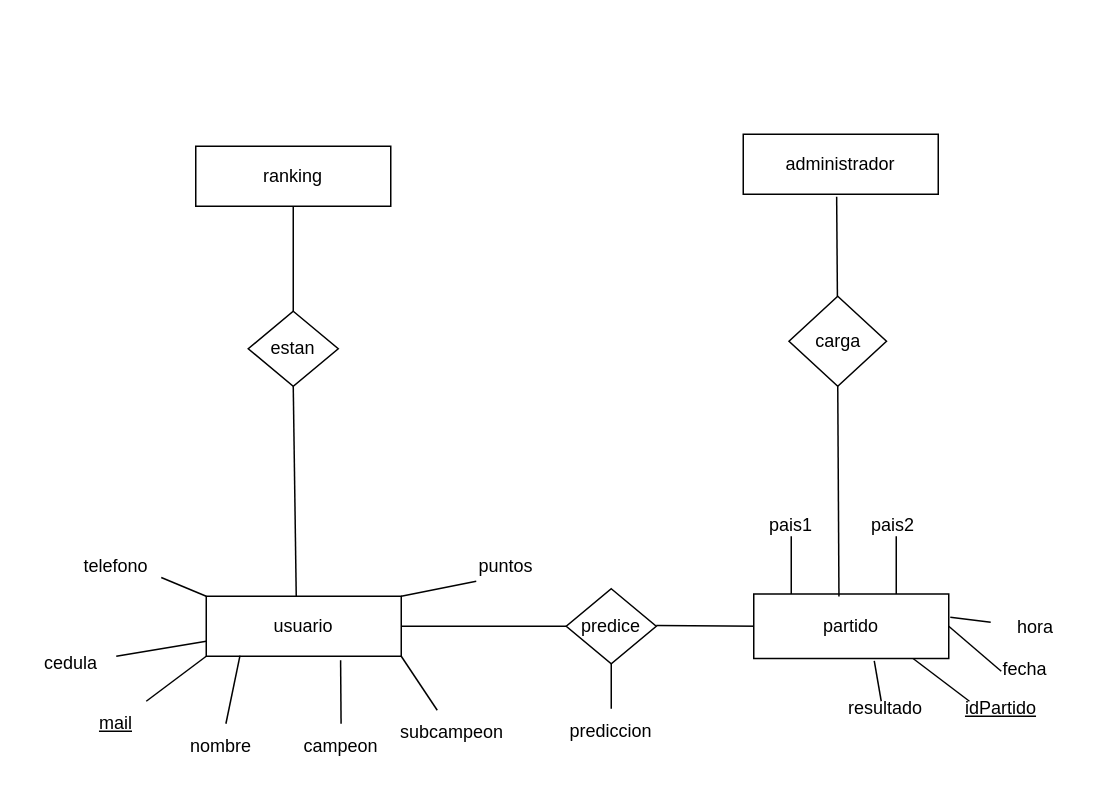
Before: MER.drawio in Ionasjospo/BDII-PencaUCU, a draw.io diagram. Source tidied: cells renumbered, new cells numbered last; positions are measured from the earlier drawing's top-left corner, leaving out a move shared by most shapes. Both pictures are drawn from the tidied source at 150%, with x=0, y=0 at pixel (26, 134).
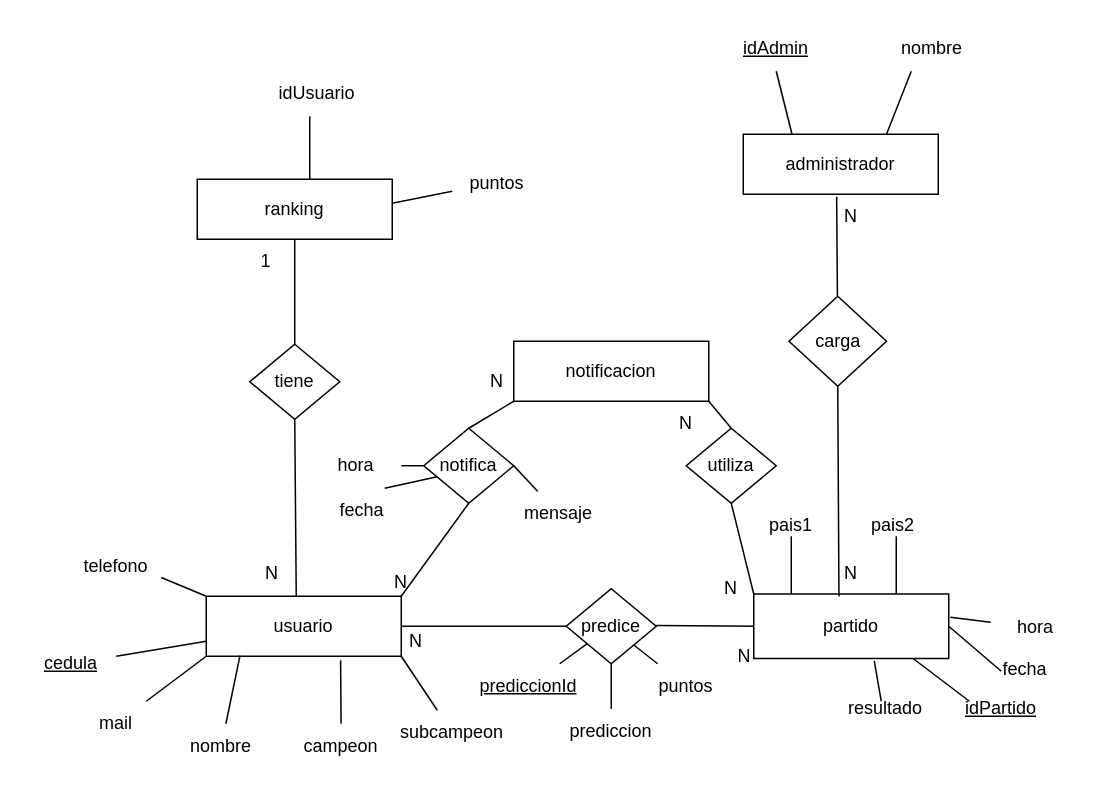
The same page after the edit.

The change refers to these unchanged cells:
```xml
<mxCell id="2" value="usuario" style="rounded=0;whiteSpace=wrap;html=1;" parent="1" vertex="1">
  <mxGeometry x="120" y="308" width="130" height="40" as="geometry" />
</mxCell>
<mxCell id="9" value="predice" style="rhombus;whiteSpace=wrap;html=1;" parent="1" vertex="1">
  <mxGeometry x="360" y="303" width="60" height="50" as="geometry" />
</mxCell>
<mxCell id="12" value="partido" style="rounded=0;whiteSpace=wrap;html=1;" parent="1" vertex="1">
  <mxGeometry x="485" y="306.5" width="130" height="43" as="geometry" />
</mxCell>
<mxCell id="38" value="administrador" style="rounded=0;whiteSpace=wrap;html=1;" parent="1" vertex="1">
  <mxGeometry x="478" width="130" height="40" as="geometry" />
</mxCell>
```

The edit, as a diff of the source:
```diff
@@
-    <mxCell id="25" value="cedula" style="text;html=1;strokeColor=none;fillColor=none;align=center;verticalAlign=middle;whiteSpace=wrap;rounded=0;" parent="1" vertex="1">
+    <mxCell id="25" value="&lt;u&gt;cedula&lt;/u&gt;" style="text;html=1;strokeColor=none;fillColor=none;align=center;verticalAlign=middle;whiteSpace=wrap;rounded=0;" parent="1" vertex="1">
       <mxGeometry y="338" width="60" height="30" as="geometry" />
     </mxCell>
@@
-    <mxCell id="29" value="&lt;u&gt;mail&lt;/u&gt;" style="text;html=1;strokeColor=none;fillColor=none;align=center;verticalAlign=middle;whiteSpace=wrap;rounded=0;" parent="1" vertex="1">
+    <mxCell id="29" value="mail" style="text;html=1;strokeColor=none;fillColor=none;align=center;verticalAlign=middle;whiteSpace=wrap;rounded=0;" parent="1" vertex="1">
       <mxGeometry x="30" y="378" width="60" height="30" as="geometry" />
     </mxCell>
@@
     <mxCell id="32" style="endArrow=none;html=1;rounded=0;" parent="1" edge="1">
       <mxGeometry relative="1" as="geometry">
-        <mxPoint x="250" y="308" as="sourcePoint" />
-        <mxPoint x="300" y="298" as="targetPoint" />
+        <mxPoint x="234" y="48" as="sourcePoint" />
+        <mxPoint x="284" y="38" as="targetPoint" />
       </mxGeometry>
     </mxCell>
     <mxCell id="33" value="puntos" style="text;html=1;strokeColor=none;fillColor=none;align=center;verticalAlign=middle;whiteSpace=wrap;rounded=0;" parent="1" vertex="1">
-      <mxGeometry x="290" y="273" width="60" height="30" as="geometry" />
+      <mxGeometry x="284" y="18" width="60" height="30" as="geometry" />
     </mxCell>
@@
-    <mxCell id="35" value="estan" style="rhombus;whiteSpace=wrap;html=1;" parent="1" vertex="1">
-      <mxGeometry x="148" y="118" width="60" height="50" as="geometry" />
+    <mxCell id="35" value="tiene" style="rhombus;whiteSpace=wrap;html=1;" parent="1" vertex="1">
+      <mxGeometry x="149" y="140" width="60" height="50" as="geometry" />
     </mxCell>
     <mxCell id="36" value="ranking" style="rounded=0;whiteSpace=wrap;html=1;" parent="1" vertex="1">
-      <mxGeometry x="113" y="8" width="130" height="40" as="geometry" />
+      <mxGeometry x="114" y="30" width="130" height="40" as="geometry" />
     </mxCell>
     <mxCell id="37" style="endArrow=none;html=1;rounded=0;exitX=0.533;exitY=0;exitDx=0;exitDy=0;exitPerimeter=0;entryX=0.5;entryY=1;entryDx=0;entryDy=0;" parent="1" edge="1" target="36">
       <mxGeometry relative="1" as="geometry">
-        <mxPoint x="178" y="118" as="sourcePoint" />
+        <mxPoint x="179" y="140" as="sourcePoint" />
       </mxGeometry>
     </mxCell>
@@
+    <mxCell id="43" style="endArrow=none;html=1;rounded=0;" parent="1" edge="1">
+      <mxGeometry relative="1" as="geometry">
+        <mxPoint x="189" y="30" as="sourcePoint" />
+        <mxPoint x="189" y="-12" as="targetPoint" />
+      </mxGeometry>
+    </mxCell>
+    <mxCell id="44" value="idUsuario" style="text;html=1;strokeColor=none;fillColor=none;align=center;verticalAlign=middle;whiteSpace=wrap;rounded=0;" parent="1" vertex="1">
+      <mxGeometry x="164" y="-42" width="60" height="30" as="geometry" />
+    </mxCell>
+    <mxCell id="45" style="endArrow=none;html=1;rounded=0;" parent="1" edge="1">
+      <mxGeometry relative="1" as="geometry">
+        <mxPoint x="573.5" as="sourcePoint" />
+        <mxPoint x="590" y="-42" as="targetPoint" />
+      </mxGeometry>
+    </mxCell>
+    <mxCell id="46" value="nombre" style="text;html=1;strokeColor=none;fillColor=none;align=center;verticalAlign=middle;whiteSpace=wrap;rounded=0;" parent="1" vertex="1">
+      <mxGeometry x="573.5" y="-72" width="60" height="30" as="geometry" />
+    </mxCell>
+    <mxCell id="47" style="endArrow=none;html=1;rounded=0;exitX=1;exitY=1;exitDx=0;exitDy=0;" parent="1" edge="1" source="9" target="48">
+      <mxGeometry relative="1" as="geometry" />
+    </mxCell>
+    <mxCell id="48" value="puntos" style="text;html=1;strokeColor=none;fillColor=none;align=center;verticalAlign=middle;whiteSpace=wrap;rounded=0;" parent="1" vertex="1">
+      <mxGeometry x="410" y="353" width="60" height="30" as="geometry" />
+    </mxCell>
+    <mxCell id="49" value="notificacion" style="rounded=0;whiteSpace=wrap;html=1;" parent="1" vertex="1">
+      <mxGeometry x="325" y="138" width="130" height="40" as="geometry" />
+    </mxCell>
+    <mxCell id="50" value="notifica" style="rhombus;whiteSpace=wrap;html=1;" parent="1" vertex="1">
+      <mxGeometry x="265" y="196" width="60" height="50" as="geometry" />
+    </mxCell>
+    <mxCell id="51" value="utiliza" style="rhombus;whiteSpace=wrap;html=1;" parent="1" vertex="1">
+      <mxGeometry x="440" y="196" width="60" height="50" as="geometry" />
+    </mxCell>
+    <mxCell id="52" style="endArrow=none;html=1;rounded=0;exitX=1;exitY=0;exitDx=0;exitDy=0;entryX=0.5;entryY=1;entryDx=0;entryDy=0;" parent="1" edge="1" source="2" target="50">
+      <mxGeometry relative="1" as="geometry" />
+    </mxCell>
+    <mxCell id="53" style="endArrow=none;html=1;rounded=0;exitX=0.5;exitY=0;exitDx=0;exitDy=0;entryX=0;entryY=1;entryDx=0;entryDy=0;" parent="1" edge="1" source="50" target="49">
+      <mxGeometry relative="1" as="geometry" />
+    </mxCell>
+    <mxCell id="54" style="endArrow=none;html=1;rounded=0;entryX=1;entryY=1;entryDx=0;entryDy=0;exitX=0.5;exitY=0;exitDx=0;exitDy=0;" parent="1" edge="1" source="51" target="49">
+      <mxGeometry relative="1" as="geometry" />
+    </mxCell>
+    <mxCell id="55" style="endArrow=none;html=1;rounded=0;entryX=0.5;entryY=1;entryDx=0;entryDy=0;exitX=0;exitY=0;exitDx=0;exitDy=0;" parent="1" edge="1" source="12" target="51">
+      <mxGeometry relative="1" as="geometry" />
+    </mxCell>
+    <mxCell id="56" style="endArrow=none;html=1;rounded=0;exitX=1;exitY=0.5;exitDx=0;exitDy=0;" parent="1" edge="1" source="50" target="57">
+      <mxGeometry relative="1" as="geometry" />
+    </mxCell>
+    <mxCell id="57" value="mensaje" style="text;html=1;strokeColor=none;fillColor=none;align=center;verticalAlign=middle;whiteSpace=wrap;rounded=0;" parent="1" vertex="1">
+      <mxGeometry x="325" y="238" width="60" height="30" as="geometry" />
+    </mxCell>
+    <mxCell id="58" style="endArrow=none;html=1;rounded=0;exitX=0.15;exitY=0.647;exitDx=0;exitDy=0;exitPerimeter=0;entryX=0.75;entryY=0;entryDx=0;entryDy=0;" parent="1" edge="1" source="50" target="59">
+      <mxGeometry relative="1" as="geometry" />
+    </mxCell>
+    <mxCell id="59" value="fecha" style="text;html=1;strokeColor=none;fillColor=none;align=center;verticalAlign=middle;whiteSpace=wrap;rounded=0;" parent="1" vertex="1">
+      <mxGeometry x="194" y="236" width="60" height="30" as="geometry" />
+    </mxCell>
+    <mxCell id="60" style="endArrow=none;html=1;rounded=0;exitX=0;exitY=0.5;exitDx=0;exitDy=0;" parent="1" edge="1" source="50" target="61">
+      <mxGeometry relative="1" as="geometry" />
+    </mxCell>
+    <mxCell id="61" value="hora" style="text;html=1;strokeColor=none;fillColor=none;align=center;verticalAlign=middle;whiteSpace=wrap;rounded=0;" parent="1" vertex="1">
+      <mxGeometry x="190" y="206" width="60" height="30" as="geometry" />
+    </mxCell>
+    <mxCell id="62" value="1" style="text;html=1;strokeColor=none;fillColor=none;align=center;verticalAlign=middle;whiteSpace=wrap;rounded=0;" parent="1" vertex="1">
+      <mxGeometry x="130" y="70" width="60" height="30" as="geometry" />
+    </mxCell>
+    <mxCell id="63" value="N" style="text;html=1;strokeColor=none;fillColor=none;align=center;verticalAlign=middle;whiteSpace=wrap;rounded=0;" parent="1" vertex="1">
+      <mxGeometry x="134" y="278" width="60" height="30" as="geometry" />
+    </mxCell>
+    <mxCell id="64" value="N" style="text;html=1;strokeColor=none;fillColor=none;align=center;verticalAlign=middle;whiteSpace=wrap;rounded=0;" parent="1" vertex="1">
+      <mxGeometry x="410" y="178" width="60" height="30" as="geometry" />
+    </mxCell>
+    <mxCell id="65" value="N" style="text;html=1;strokeColor=none;fillColor=none;align=center;verticalAlign=middle;whiteSpace=wrap;rounded=0;" parent="1" vertex="1">
+      <mxGeometry x="440" y="288" width="60" height="30" as="geometry" />
+    </mxCell>
+    <mxCell id="66" value="N" style="text;html=1;strokeColor=none;fillColor=none;align=center;verticalAlign=middle;whiteSpace=wrap;rounded=0;" parent="1" vertex="1">
+      <mxGeometry x="448.5" y="333" width="60" height="30" as="geometry" />
+    </mxCell>
+    <mxCell id="67" value="N" style="text;html=1;strokeColor=none;fillColor=none;align=center;verticalAlign=middle;whiteSpace=wrap;rounded=0;" parent="1" vertex="1">
+      <mxGeometry x="230" y="323" width="60" height="30" as="geometry" />
+    </mxCell>
+    <mxCell id="68" value="N" style="text;html=1;strokeColor=none;fillColor=none;align=center;verticalAlign=middle;whiteSpace=wrap;rounded=0;" parent="1" vertex="1">
+      <mxGeometry x="220" y="284" width="60" height="30" as="geometry" />
+    </mxCell>
+    <mxCell id="69" value="N" style="text;html=1;strokeColor=none;fillColor=none;align=center;verticalAlign=middle;whiteSpace=wrap;rounded=0;" parent="1" vertex="1">
+      <mxGeometry x="520" y="40" width="60" height="30" as="geometry" />
+    </mxCell>
+    <mxCell id="70" value="N" style="text;html=1;strokeColor=none;fillColor=none;align=center;verticalAlign=middle;whiteSpace=wrap;rounded=0;" parent="1" vertex="1">
+      <mxGeometry x="520" y="278" width="60" height="30" as="geometry" />
+    </mxCell>
+    <mxCell id="71" value="N" style="text;html=1;strokeColor=none;fillColor=none;align=center;verticalAlign=middle;whiteSpace=wrap;rounded=0;" parent="1" vertex="1">
+      <mxGeometry x="284" y="150" width="60" height="30" as="geometry" />
+    </mxCell>
+    <mxCell id="72" style="endArrow=none;html=1;rounded=0;" parent="1" edge="1" source="9" target="73">
+      <mxGeometry relative="1" as="geometry" />
+    </mxCell>
+    <mxCell id="73" value="&lt;u&gt;prediccionId&lt;/u&gt;" style="text;html=1;strokeColor=none;fillColor=none;align=center;verticalAlign=middle;whiteSpace=wrap;rounded=0;" parent="1" vertex="1">
+      <mxGeometry x="305" y="353" width="60" height="30" as="geometry" />
+    </mxCell>
+    <mxCell id="74" style="endArrow=none;html=1;rounded=0;exitX=0.25;exitY=0;exitDx=0;exitDy=0;" parent="1" edge="1" source="38">
+      <mxGeometry relative="1" as="geometry">
+        <mxPoint x="500" y="-42" as="targetPoint" />
+      </mxGeometry>
+    </mxCell>
+    <mxCell id="75" value="&lt;u&gt;idAdmin&lt;/u&gt;" style="text;html=1;strokeColor=none;fillColor=none;align=center;verticalAlign=middle;whiteSpace=wrap;rounded=0;" parent="1" vertex="1">
+      <mxGeometry x="470" y="-72" width="60" height="30" as="geometry" />
+    </mxCell>
```
